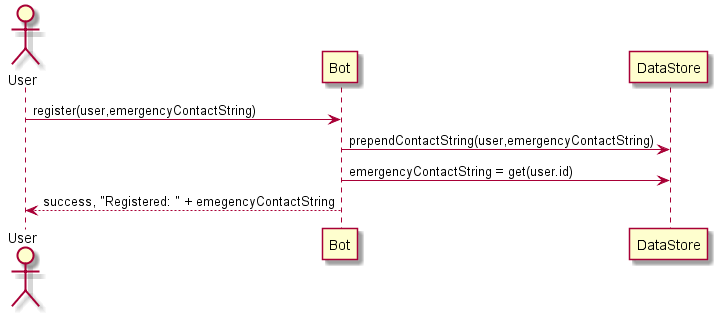
The PlantUML diagram dynamic_register.png in surgeforward/911bot, before a commit. The source it was exported from:
```plantuml
@startuml

actor User
User -> Bot: register(user,emergencyContactString)
Bot -> DataStore: prependContactString(user,emergencyContactString)
Bot -> DataStore: emergencyContactString = get(user.id)
Bot --> User: success, "Registered: " + emegencyContactString
@enduml
```
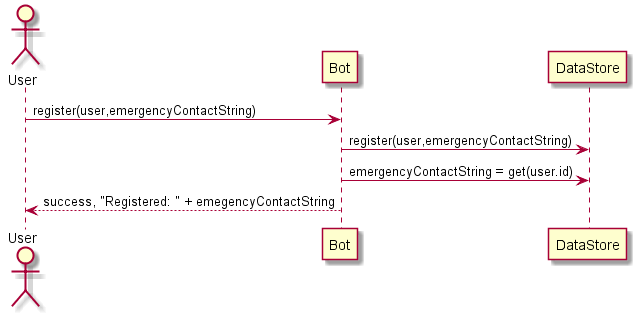
Above is the later version.

Commit message:
Update design to match impl

Diff of the diagram source:
```diff
@@ -2,7 +2,7 @@
 
 actor User
 User -> Bot: register(user,emergencyContactString)
-Bot -> DataStore: prependContactString(user,emergencyContactString)
+Bot -> DataStore: register(user,emergencyContactString)
 Bot -> DataStore: emergencyContactString = get(user.id)
 Bot --> User: success, "Registered: " + emegencyContactString
 @enduml
```
